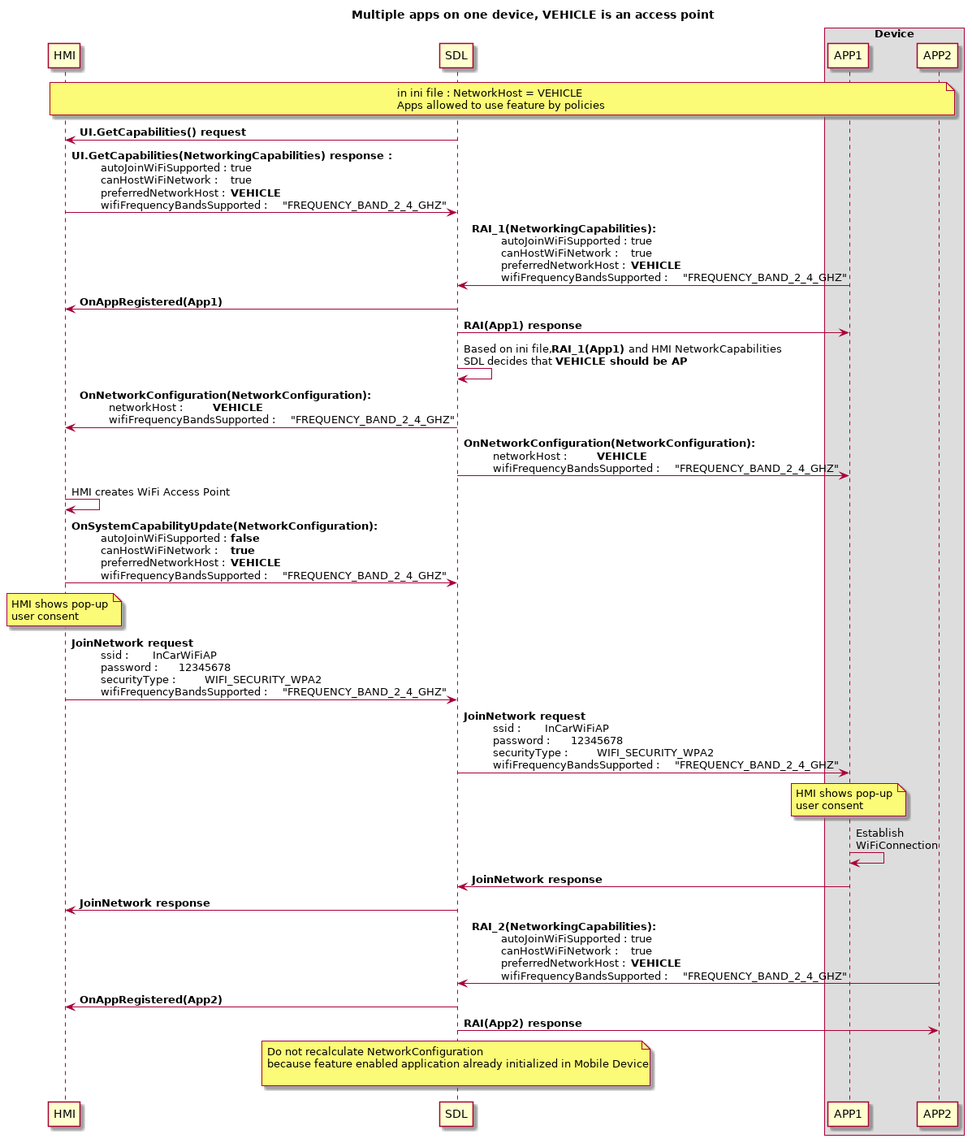
Before: assets/proposals/0245-sharing-wifi-ssid-and-password/vehicle_access_point_multiapps.png, a diagram exported from PlantUML (smartdevicelink/sdl_evolution).
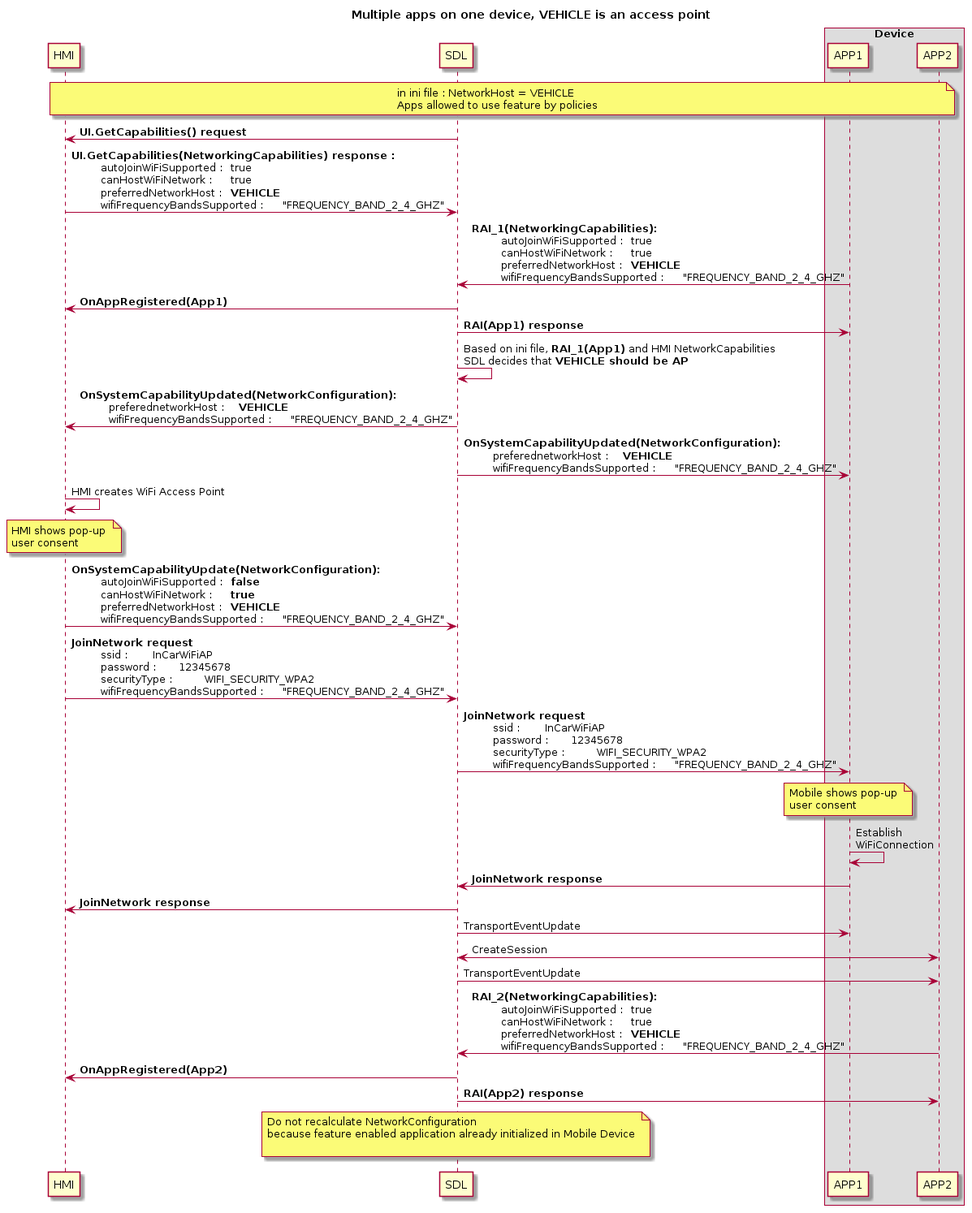
Above is the later version.

The edit, as a diff of the source:
```diff
@@ -1,4 +1,4 @@
-@startuml
+@startuml ../assets/proposals/0245-sharing-wifi-ssid-and-password/vehicle_access_point_multiapps
 !pragma teoz true
 
 
@@ -23,28 +23,30 @@
 
 SDL -> SDL : Based on ini file, **RAI_1(App1)** and HMI NetworkCapabilities\nSDL decides that **VEHICLE should be AP**
 
-SDL -> HMI:  <b>OnNetworkConfiguration(NetworkConfiguration): \n\t networkHost : \t **VEHICLE** \n\t wifiFrequencyBandsSupported : \t "FREQUENCY_BAND_2_4_GHZ"
+SDL -> HMI:  <b>OnSystemCapabilityUpdated(NetworkConfiguration): \n\t preferednetworkHost : \t **VEHICLE** \n\t wifiFrequencyBandsSupported : \t "FREQUENCY_BAND_2_4_GHZ"
 
-SDL -> APP1:  <b>OnNetworkConfiguration(NetworkConfiguration): \n\t networkHost : \t **VEHICLE** \n\t wifiFrequencyBandsSupported : \t "FREQUENCY_BAND_2_4_GHZ"
-
+SDL -> APP1:  <b>OnSystemCapabilityUpdated(NetworkConfiguration): \n\t preferednetworkHost : \t **VEHICLE** \n\t wifiFrequencyBandsSupported : \t "FREQUENCY_BAND_2_4_GHZ"
 
 HMI -> HMI : HMI creates WiFi Access Point
 
+note over HMI: HMI shows pop-up \nuser consent
+
 HMI -> SDL:  <b>OnSystemCapabilityUpdate(NetworkConfiguration): \n\t autoJoinWiFiSupported : \t **false** \n\t canHostWiFiNetwork : \t **true**  \n\t preferredNetworkHost : \t **VEHICLE** \n\t wifiFrequencyBandsSupported : \t "FREQUENCY_BAND_2_4_GHZ"
-
-note over HMI: HMI shows pop-up \nuser consent
 
 HMI -> SDL: <b>JoinNetwork request \n\t ssid : \t InCarWiFiAP \n\t password : \t 12345678 \n\t securityType : \t WIFI_SECURITY_WPA2 \n\t wifiFrequencyBandsSupported : \t "FREQUENCY_BAND_2_4_GHZ"
 
 SDL -> APP1: <b>JoinNetwork request \n\t ssid : \t InCarWiFiAP \n\t password : \t 12345678 \n\t securityType : \t WIFI_SECURITY_WPA2 \n\t wifiFrequencyBandsSupported : \t "FREQUENCY_BAND_2_4_GHZ"
 
-note over APP1: HMI shows pop-up \nuser consent
+note over APP1: Mobile shows pop-up \nuser consent
 
 APP1 -> APP1 : Establish  \nWiFiConnection
 
 APP1 -> SDL : <b>JoinNetwork response
 SDL -> HMI : <b>JoinNetwork response
+SDL -> APP1 : TransportEventUpdate
 
+APP2 <-> SDL : CreateSession
+SDL -> APP2 : TransportEventUpdate
 APP2 -> SDL : <b>RAI_2(NetworkingCapabilities): \n\t autoJoinWiFiSupported : \t true \n\t canHostWiFiNetwork : \t true \n\t preferredNetworkHost : \t **VEHICLE** \n\t wifiFrequencyBandsSupported : \t "FREQUENCY_BAND_2_4_GHZ"
 
 
```
